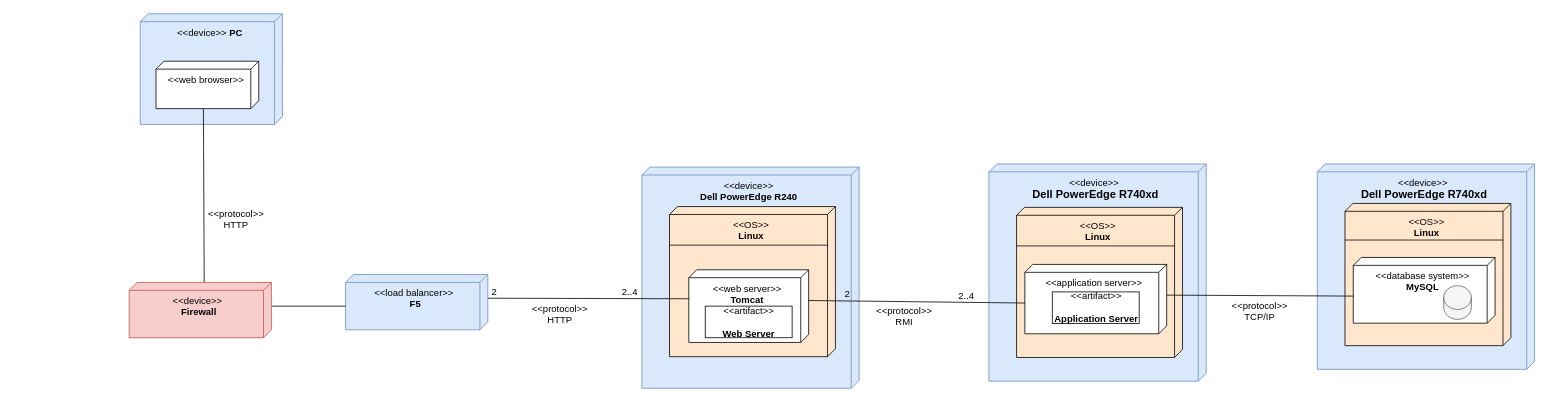
Earlier version of the draw.io diagram page "deployment view" (3 of 3) of DD/diagrams/architecture.drawio (ictar/DREAM-SE2-Project-2022). Source tidied: cells renumbered, new cells numbered last; positions are measured from the earlier drawing's top-left corner, leaving out a move shared by most shapes. Both pictures are drawn from the tidied source at 79%, with x=0, y=0 at pixel (129, 13).
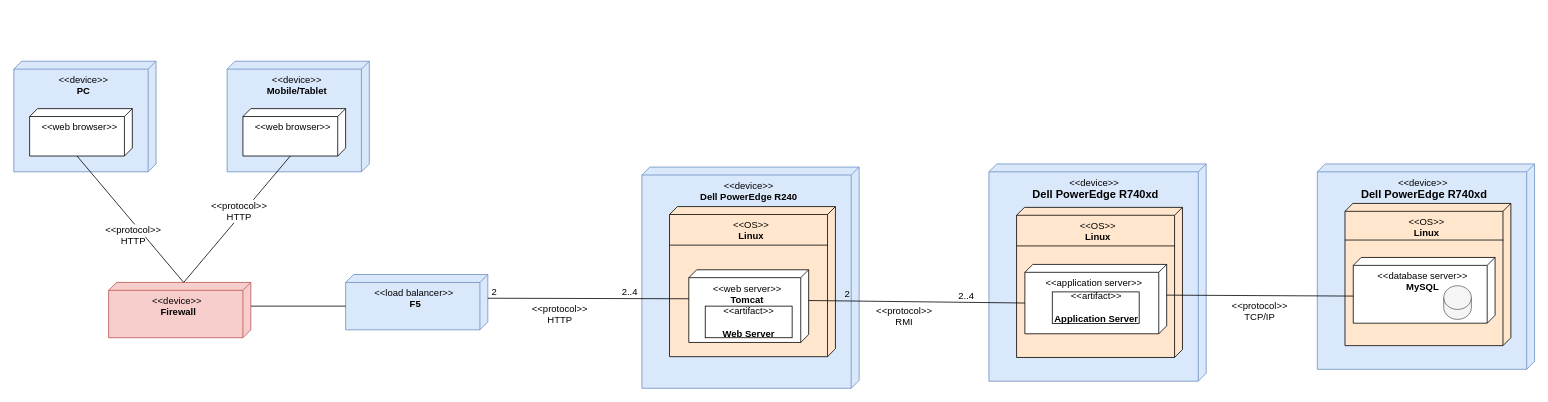
The same diagram, later.

Unchanged cells that the change refers to:
```xml
<mxCell id="5" style="endArrow=none;html=1;rounded=0;align=center;verticalAlign=top;endFill=0;labelBackgroundColor=none;fontSize=12;exitX=0;exitY=0;exitDx=60;exitDy=70;exitPerimeter=0;entryX=0;entryY=0;entryDx=0;entryDy=85;entryPerimeter=0;" parent="1" edge="1" source="3" target="36">
  <mxGeometry relative="1" as="geometry" />
</mxCell>
<mxCell id="24" style="group;" parent="1" vertex="1">
  <mxGeometry x="1539" y="240" width="210" height="180" as="geometry" />
</mxCell>
```

What changed in the source:
```diff
@@
-    <mxCell id="2" value="&amp;lt;&amp;lt;device&amp;gt;&amp;gt; &lt;b&gt;PC&lt;/b&gt;" style="verticalAlign=top;align=center;shape=cube;size=10;direction=south;fontStyle=0;html=1;boundedLbl=1;spacingLeft=5;fontSize=12;fillColor=#dae8fc;strokeColor=#6c8ebf;" parent="1" vertex="1">
-      <mxGeometry x="14" width="180" height="140" as="geometry" />
+    <mxCell id="2" value="&amp;lt;&amp;lt;device&amp;gt;&amp;gt; &lt;br&gt;&lt;b&gt;PC&lt;/b&gt;" style="verticalAlign=top;align=center;shape=cube;size=10;direction=south;fontStyle=0;html=1;boundedLbl=1;spacingLeft=5;fontSize=12;fillColor=#dae8fc;strokeColor=#6c8ebf;" parent="1" vertex="1">
+      <mxGeometry x="-146" y="60" width="180" height="140" as="geometry" />
     </mxCell>
@@
     <mxCell id="6" value="&lt;span style=&quot;background-color: rgb(255, 255, 255);&quot;&gt;&amp;lt;&amp;lt;protocol&amp;gt;&amp;gt;&lt;/span&gt;&lt;br style=&quot;&quot;&gt;&lt;span style=&quot;background-color: rgb(255, 255, 255);&quot;&gt;HTTP&lt;/span&gt;" style="html=1;align=center;verticalAlign=top;labelBackgroundColor=none;fontSize=12;" parent="5" vertex="1">
       <mxGeometry x="-1" relative="1" as="geometry">
-        <mxPoint x="40" y="120" as="offset" />
+        <mxPoint x="70" y="80" as="offset" />
       </mxGeometry>
     </mxCell>
@@
-    <mxCell id="27" value="&amp;lt;&amp;lt;database system&amp;gt;&amp;gt;&lt;br&gt;&lt;b&gt;MySQL&lt;/b&gt;" style="verticalAlign=top;align=center;shape=cube;size=10;direction=south;html=1;boundedLbl=1;spacingLeft=5;fontSize=12;" parent="24" vertex="1">
+    <mxCell id="27" value="&amp;lt;&amp;lt;database server&amp;gt;&amp;gt;&lt;br&gt;&lt;b&gt;MySQL&lt;/b&gt;" style="verticalAlign=top;align=center;shape=cube;size=10;direction=south;html=1;boundedLbl=1;spacingLeft=5;fontSize=12;" parent="24" vertex="1">
       <mxGeometry x="10.5" y="68.4" width="179.5" height="83.2" as="geometry" />
     </mxCell>
@@
     <mxCell id="36" value="&amp;lt;&amp;lt;device&amp;gt;&amp;gt;&amp;nbsp;&lt;br&gt;&lt;b&gt;Firewall&lt;br&gt;&lt;/b&gt;" style="verticalAlign=top;align=center;shape=cube;size=10;direction=south;fontStyle=0;html=1;boundedLbl=1;spacingLeft=5;fontSize=12;fillColor=#f8cecc;strokeColor=#b85450;" parent="1" vertex="1">
-      <mxGeometry y="340" width="180" height="70" as="geometry" />
+      <mxGeometry x="-26" y="340" width="180" height="70" as="geometry" />
     </mxCell>
+    <mxCell id="37" value="&amp;lt;&amp;lt;device&amp;gt;&amp;gt; &lt;br&gt;&lt;b&gt;Mobile/Tablet&lt;/b&gt;" style="verticalAlign=top;align=center;shape=cube;size=10;direction=south;fontStyle=0;html=1;boundedLbl=1;spacingLeft=5;fontSize=12;fillColor=#dae8fc;strokeColor=#6c8ebf;" parent="1" vertex="1">
+      <mxGeometry x="124" y="60" width="180" height="140" as="geometry" />
+    </mxCell>
+    <mxCell id="38" value="&amp;lt;&amp;lt;web browser&amp;gt;&amp;gt;" style="verticalAlign=top;align=center;shape=cube;size=10;direction=south;html=1;boundedLbl=1;spacingLeft=5;fontSize=12;" parent="37" vertex="1">
+      <mxGeometry width="130" height="60" relative="1" as="geometry">
+        <mxPoint x="20" y="60" as="offset" />
+      </mxGeometry>
+    </mxCell>
+    <mxCell id="39" style="edgeStyle=none;rounded=0;jettySize=auto;html=1;exitX=0;exitY=0;exitDx=60.00000000000001;exitDy=70;exitPerimeter=0;entryX=0;entryY=0;entryDx=0;entryDy=85;entryPerimeter=0;fontSize=12;fontColor=#000000;startArrow=none;startFill=0;endArrow=none;endFill=0;" parent="37" edge="1" source="38" target="36">
+      <mxGeometry relative="1" as="geometry" />
+    </mxCell>
+    <mxCell id="40" value="&amp;lt;&amp;lt;protocol&amp;gt;&amp;gt;&lt;br&gt;HTTP" style="edgeLabel;html=1;align=center;verticalAlign=middle;fontSize=12;fontColor=#000000;" parent="39" vertex="1">
+      <mxGeometry x="-0.09" y="-5" relative="1" as="geometry" />
+    </mxCell>
```
